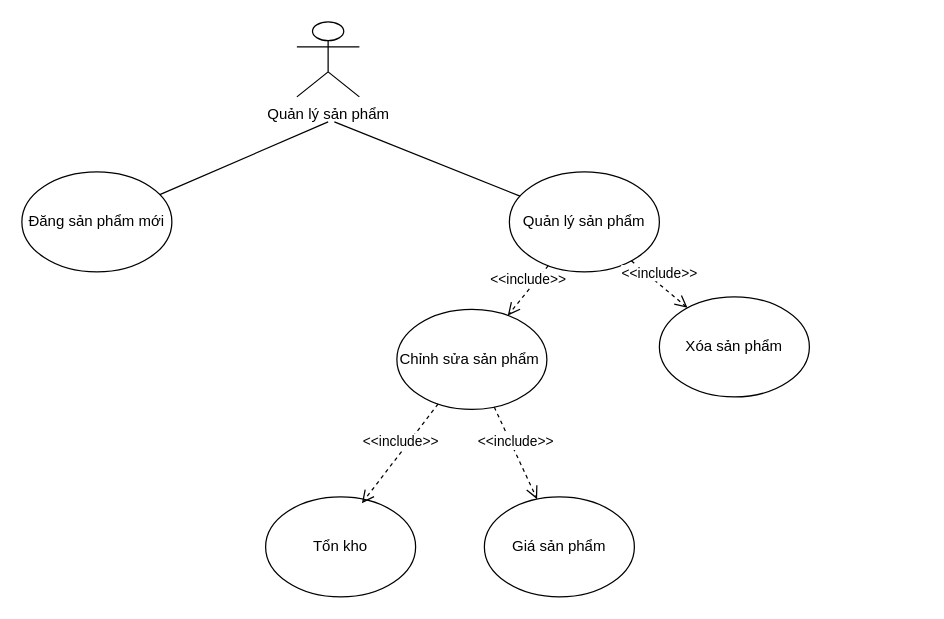
This is Use Case Diagram/quanlysanpham.drawio from NguyenThaiDung2003/IT3120Nhom11, a draw.io file, before an edit. Source tidied: cells renumbered, new cells numbered last; positions are measured from the earlier drawing's top-left corner, leaving out a move shared by most shapes. Both pictures are drawn from the tidied source at 125%, with x=0, y=0 at pixel (21, 21).
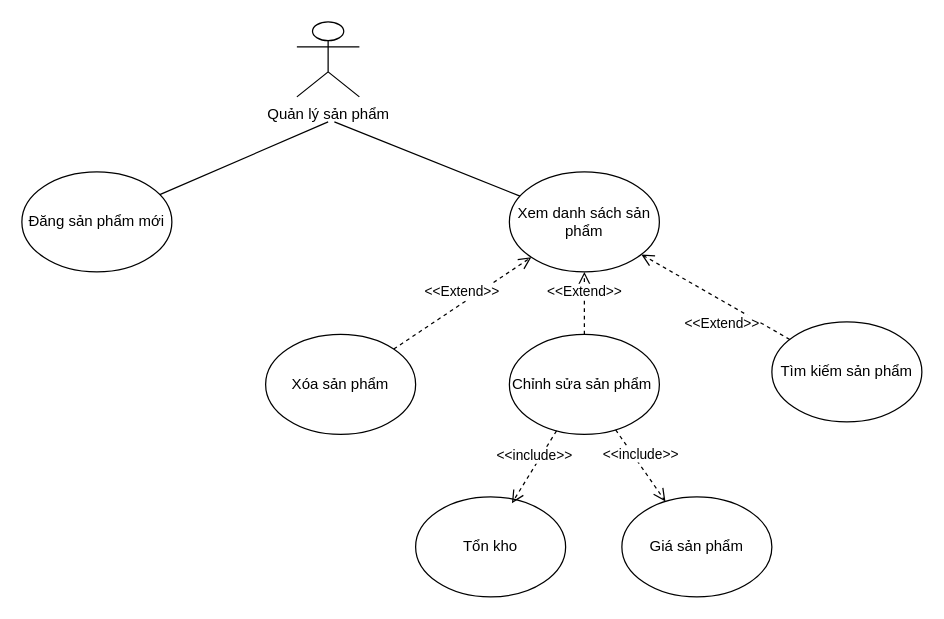
The same diagram, later.

Commit message (it also covers changes not shown here):
usecase  quan lý sản phẩm

What changed in the source:
```diff
@@
 <mxGraphModel>
   <root>
     <mxCell id="0" />
     <mxCell id="1" parent="0" />
-    <mxCell id="2" value="Quản lý sản phẩm" style="ellipse;whiteSpace=wrap;html=1;" parent="1" vertex="1">
+    <mxCell id="2" value="Xem danh sách sản phẩm" style="ellipse;whiteSpace=wrap;html=1;" parent="1" vertex="1">
       <mxGeometry x="390" y="120" width="120" height="80" as="geometry" />
     </mxCell>
     <mxCell id="3" value="Quản lý sản phẩm" style="shape=umlActor;verticalLabelPosition=bottom;verticalAlign=top;html=1;" parent="1" vertex="1">
       <mxGeometry x="220" width="50" height="60" as="geometry" />
     </mxCell>
     <mxCell id="4" value="Đăng sản phẩm mới" style="ellipse;whiteSpace=wrap;html=1;" parent="1" vertex="1">
       <mxGeometry y="120" width="120" height="80" as="geometry" />
     </mxCell>
     <mxCell id="5" value="Chỉnh sửa sản phẩm&amp;nbsp;" style="ellipse;whiteSpace=wrap;html=1;" parent="1" vertex="1">
-      <mxGeometry x="300" y="230" width="120" height="80" as="geometry" />
+      <mxGeometry x="390" y="250" width="120" height="80" as="geometry" />
     </mxCell>
-    <mxCell id="6" value="Xóa sản phẩm" style="ellipse;whiteSpace=wrap;html=1;" parent="1" vertex="1">
-      <mxGeometry x="510" y="220" width="120" height="80" as="geometry" />
+    <mxCell id="6" value="Tìm kiếm sản phẩm" style="ellipse;whiteSpace=wrap;html=1;" parent="1" vertex="1">
+      <mxGeometry x="600" y="240" width="120" height="80" as="geometry" />
     </mxCell>
     <mxCell id="7" value="Giá sản phẩm" style="ellipse;whiteSpace=wrap;html=1;" parent="1" vertex="1">
-      <mxGeometry x="370" y="380" width="120" height="80" as="geometry" />
+      <mxGeometry x="480" y="380" width="120" height="80" as="geometry" />
     </mxCell>
     <mxCell id="8" value="Tổn kho" style="ellipse;whiteSpace=wrap;html=1;" parent="1" vertex="1">
-      <mxGeometry x="195" y="380" width="120" height="80" as="geometry" />
+      <mxGeometry x="315" y="380" width="120" height="80" as="geometry" />
     </mxCell>
     <mxCell id="9" value="&amp;lt;&amp;lt;include&amp;gt;&amp;gt;" style="html=1;verticalAlign=bottom;endArrow=open;dashed=1;endSize=8;curved=0;rounded=0;entryX=0.642;entryY=0.063;entryDx=0;entryDy=0;entryPerimeter=0;" parent="1" edge="1" source="5" target="8">
       <mxGeometry relative="1" as="geometry" />
     </mxCell>
-    <mxCell id="10" value="&amp;lt;&amp;lt;include&amp;gt;&amp;gt;" style="html=1;verticalAlign=bottom;endArrow=open;dashed=1;endSize=8;curved=0;rounded=0;" parent="1" edge="1" source="2" target="5">
+    <mxCell id="10" value="&amp;lt;&amp;lt;Extend&amp;gt;&amp;gt;" style="html=1;verticalAlign=bottom;endArrow=open;dashed=1;endSize=8;curved=0;rounded=0;" parent="1" edge="1" source="5" target="2">
       <mxGeometry relative="1" as="geometry" />
     </mxCell>
-    <mxCell id="11" value="&amp;lt;&amp;lt;include&amp;gt;&amp;gt;" style="html=1;verticalAlign=bottom;endArrow=open;dashed=1;endSize=8;curved=0;rounded=0;" parent="1" edge="1" source="2" target="6">
-      <mxGeometry relative="1" as="geometry" />
-    </mxCell>
     <mxCell id="12" value="&amp;lt;&amp;lt;include&amp;gt;&amp;gt;" style="html=1;verticalAlign=bottom;endArrow=open;dashed=1;endSize=8;curved=0;rounded=0;" parent="1" edge="1" source="5" target="7">
       <mxGeometry relative="1" as="geometry" />
     </mxCell>
     <mxCell id="13" style="endArrow=none;html=1;rounded=0;" parent="1" edge="1" source="4">
       <mxGeometry relative="1" as="geometry">
         <mxPoint x="245" y="80" as="targetPoint" />
       </mxGeometry>
     </mxCell>
     <mxCell id="14" style="endArrow=none;html=1;rounded=0;" parent="1" edge="1" target="2">
       <mxGeometry relative="1" as="geometry">
         <mxPoint x="250" y="80" as="sourcePoint" />
       </mxGeometry>
     </mxCell>
+    <mxCell id="15" value="Xóa sản phẩm" style="ellipse;whiteSpace=wrap;html=1;" parent="1" vertex="1">
+      <mxGeometry x="195" y="250" width="120" height="80" as="geometry" />
+    </mxCell>
+    <mxCell id="16" value="&amp;lt;&amp;lt;Extend&amp;gt;&amp;gt;" style="html=1;verticalAlign=bottom;endArrow=open;dashed=1;endSize=8;curved=0;rounded=0;" parent="1" edge="1" source="6" target="2">
+      <mxGeometry x="-0.28" y="23" relative="1" as="geometry" />
+    </mxCell>
+    <mxCell id="17" value="&amp;lt;&amp;lt;Extend&amp;gt;&amp;gt;" style="html=1;verticalAlign=bottom;endArrow=open;dashed=1;endSize=8;curved=0;rounded=0;" parent="1" edge="1" source="15" target="2">
+      <mxGeometry relative="1" as="geometry" />
+    </mxCell>
   </root>
 </mxGraphModel>
```
